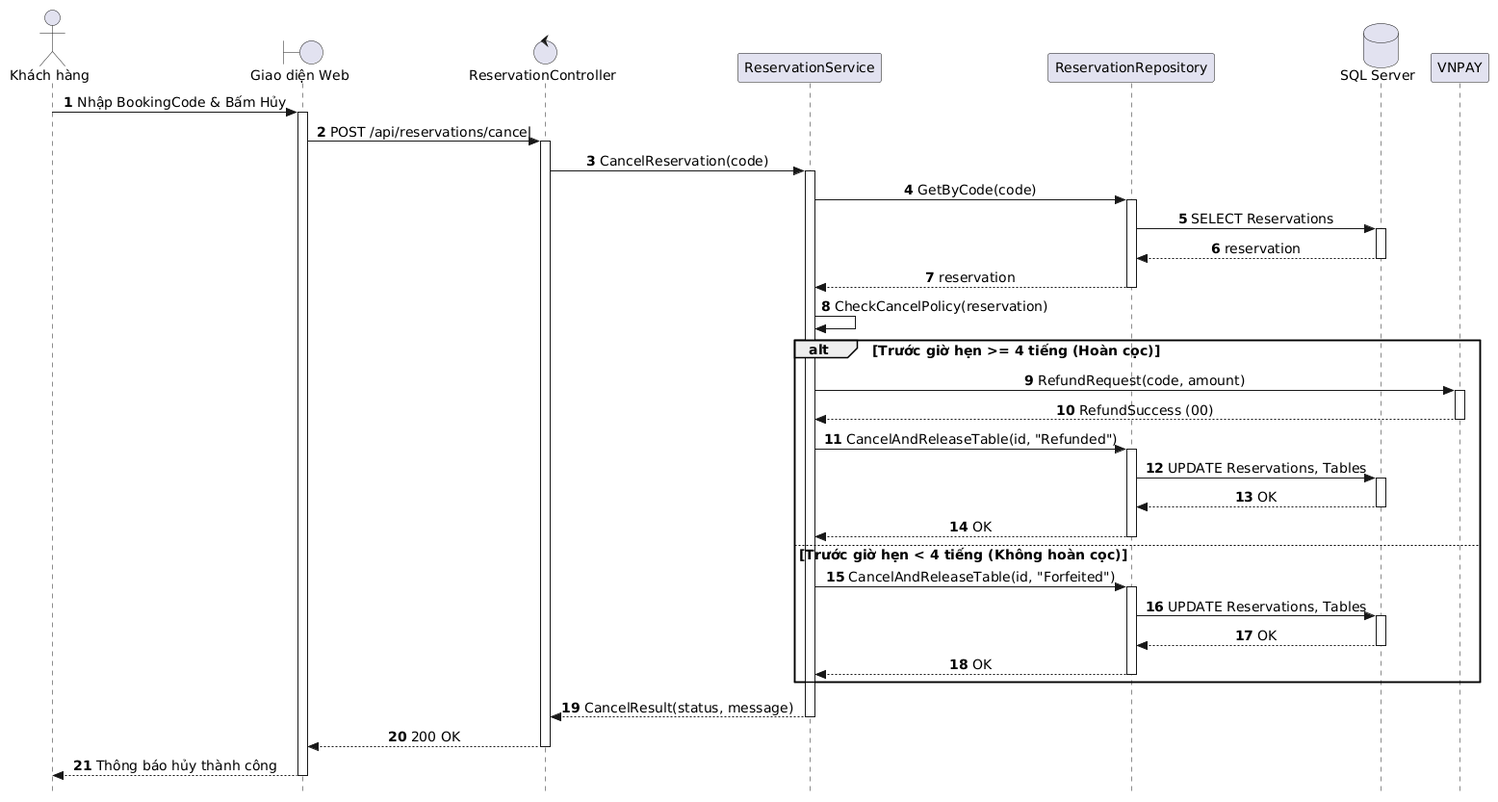
This is out/docs/puml/sequences/SD_UC_U3_Cancel_Reservation/SD_UC_U3_Cancel_Reservation.png from AndrewQng/VinDining, a PlantUML export, as it was before one commit. Its diagram source:
```plantuml
@startuml
autonumber
skinparam style strictuml
skinparam sequenceMessageAlign center
skinparam responseMessageBelowArrow true
skinparam defaultFontName "Segoe UI", Arial, sans-serif
skinparam defaultFontSize 14

actor "Khách hàng" as Guest
boundary "Giao diện Web" as UI
control "ReservationController" as Controller
participant "ReservationService" as Service
participant "ReservationRepository" as Repo
database "SQL Server" as DB
participant "VNPAY" as VNPAY

Guest -> UI: Nhập BookingCode & Bấm Hủy
activate UI

UI -> Controller: POST /api/reservations/cancel
activate Controller

Controller -> Service: CancelReservation(code)
activate Service

Service -> Repo: GetByCode(code)
activate Repo

Repo -> DB: SELECT Reservations
activate DB
DB --> Repo: reservation
deactivate DB

Repo --> Service: reservation
deactivate Repo

Service -> Service: CheckCancelPolicy(reservation)

alt Trước giờ hẹn >= 4 tiếng (Hoàn cọc)
    Service -> VNPAY: RefundRequest(code, amount)
    activate VNPAY
    VNPAY --> Service: RefundSuccess (00)
    deactivate VNPAY

    Service -> Repo: CancelAndReleaseTable(id, "Refunded")
    activate Repo
    Repo -> DB: UPDATE Reservations, Tables
    activate DB
    DB --> Repo: OK
    deactivate DB
    Repo --> Service: OK
    deactivate Repo

else Trước giờ hẹn < 4 tiếng (Không hoàn cọc)
    Service -> Repo: CancelAndReleaseTable(id, "Forfeited")
    activate Repo
    Repo -> DB: UPDATE Reservations, Tables
    activate DB
    DB --> Repo: OK
    deactivate DB
    Repo --> Service: OK
    deactivate Repo
end

Service --> Controller: CancelResult(status, message)
deactivate Service

Controller --> UI: 200 OK
deactivate Controller

UI --> Guest: Thông báo hủy thành công
deactivate UI
@enduml
```
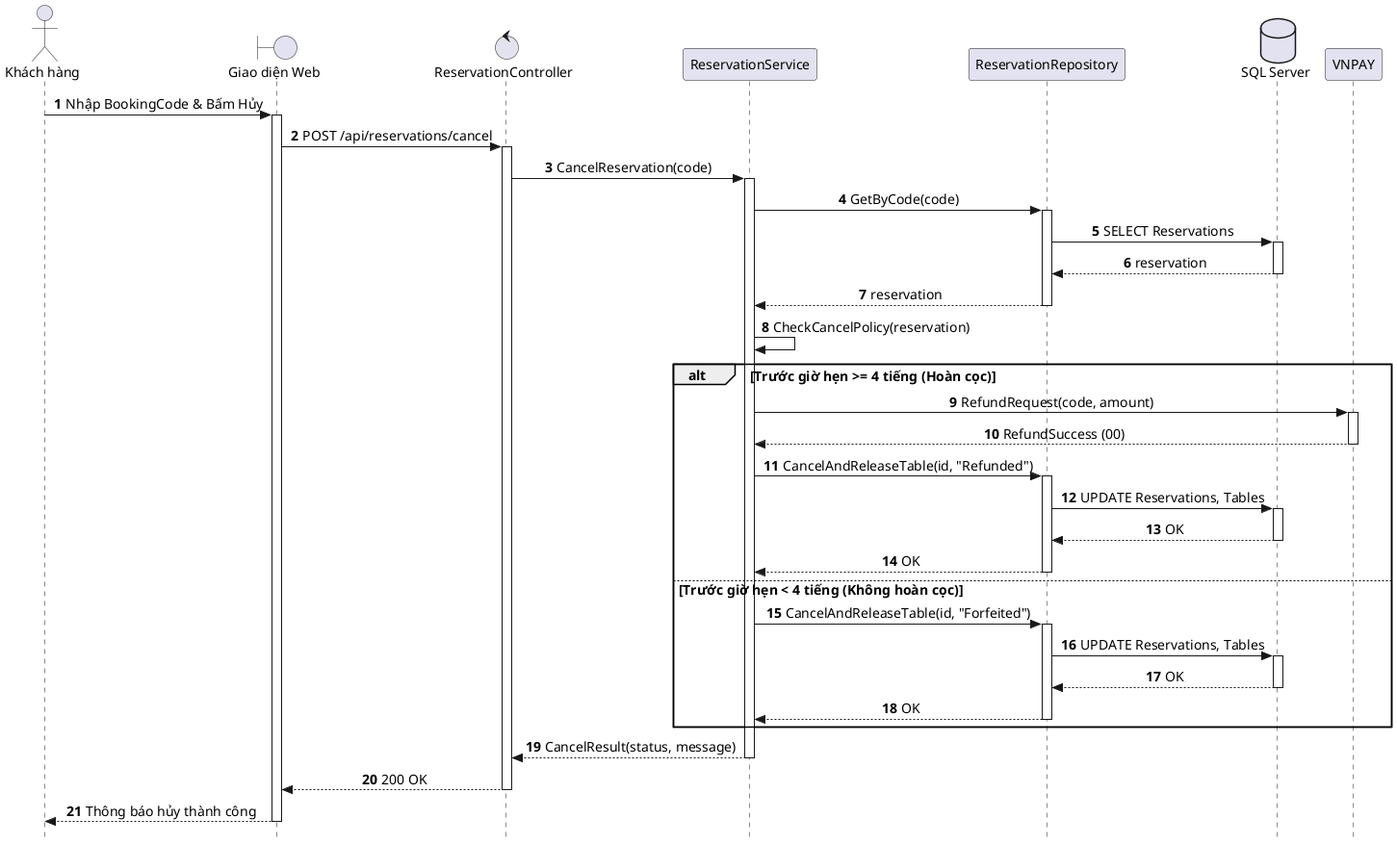
Later version of the same file.

Diff of the diagram source:
```diff
@@ -1,4 +1,4 @@
-@startuml
+@startuml SD_UC_U3_Cancel_Reservation
 autonumber
 skinparam style strictuml
 skinparam sequenceMessageAlign center
@@ -70,4 +70,5 @@
 
 UI --> Guest: Thông báo hủy thành công
 deactivate UI
+
 @enduml
```
